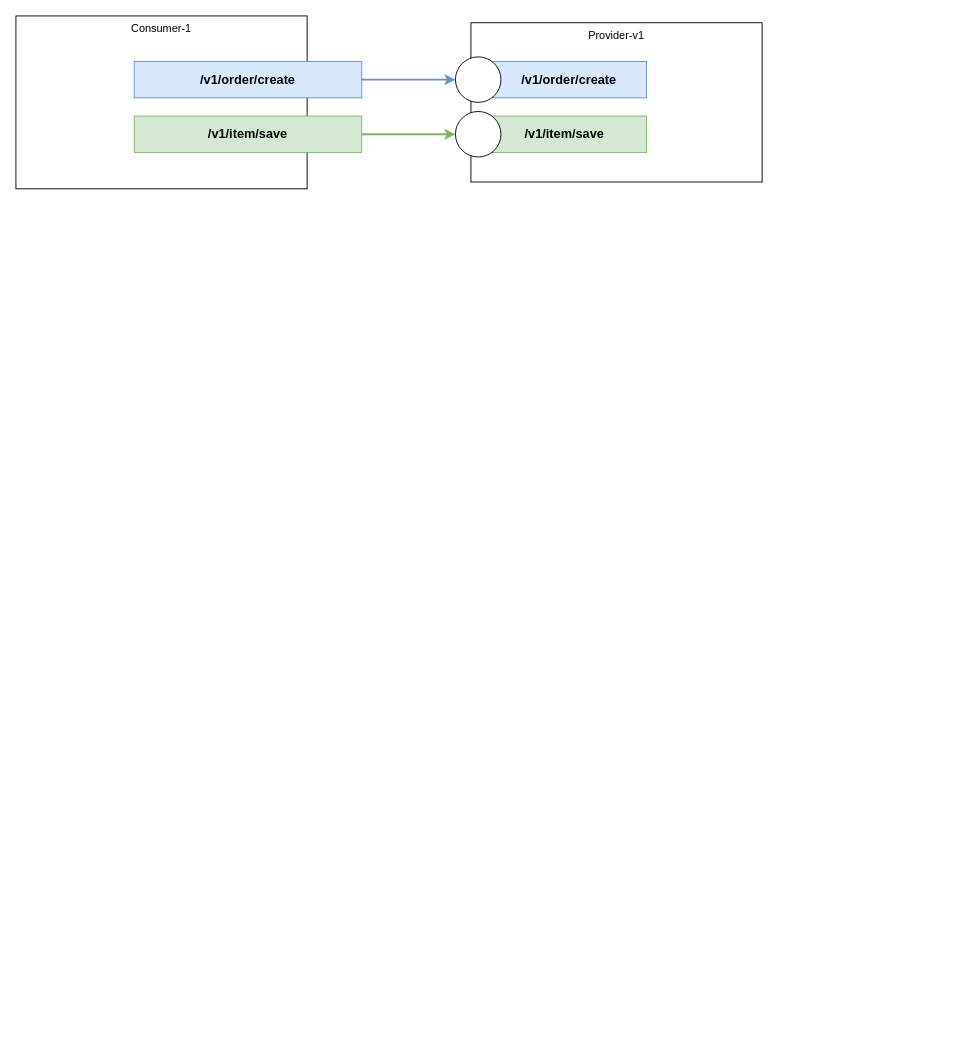
Above: RPC 多版本管理实战样例.drawio in catface996/images (draw.io), before the change. Source tidied: cells renumbered, new cells numbered last; positions are measured from the earlier drawing's top-left corner, leaving out a move shared by most shapes. Both pictures are drawn from the tidied source at 91%, with x=0, y=0 at pixel (15, 15).
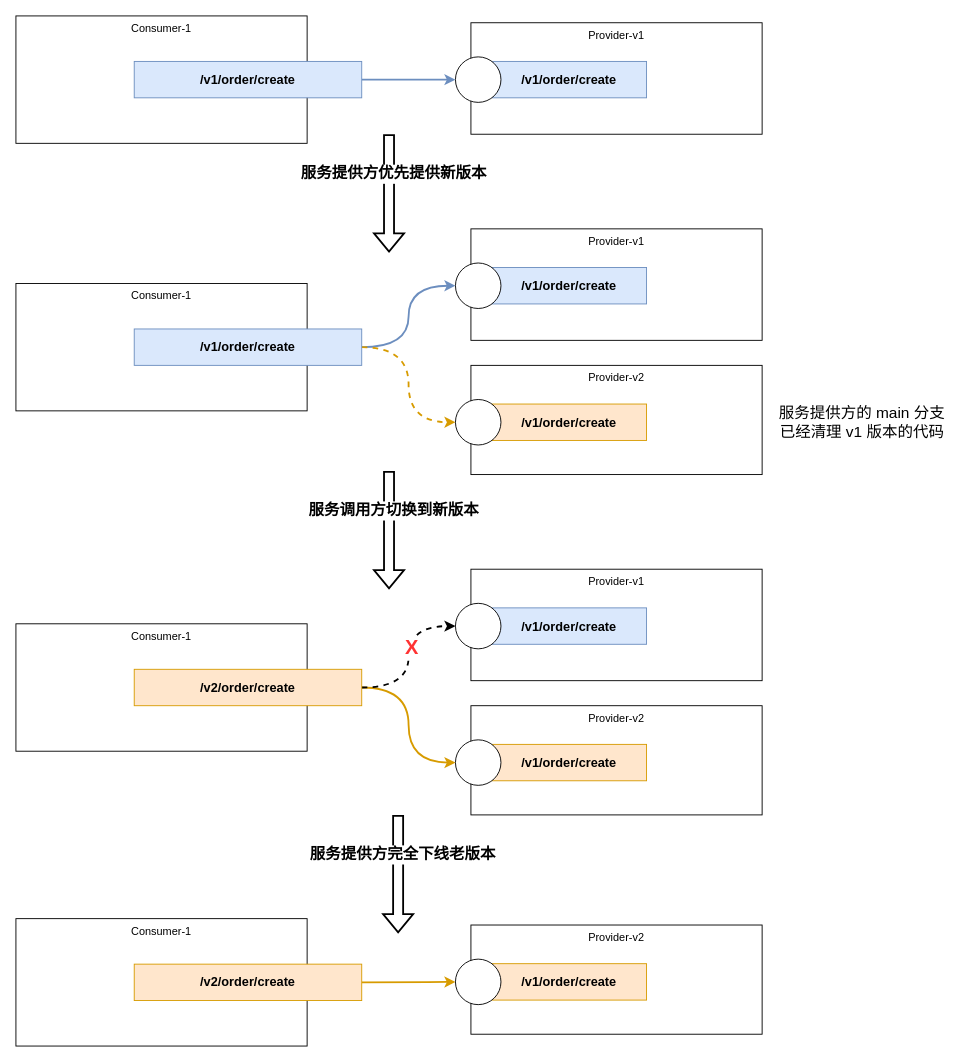
After the change.

Commit message (it also covers changes not shown here):
更新RPC 多版本管理实战样例.drawio

What changed in the source:
```diff
@@
     <mxCell id="2" value="Consumer-1" style="rounded=0;whiteSpace=wrap;html=1;verticalAlign=top;" parent="1" vertex="1">
-      <mxGeometry width="320" height="190" as="geometry" />
+      <mxGeometry width="320" height="140" as="geometry" />
     </mxCell>
@@
-    <mxCell id="5" style="edgeStyle=orthogonalEdgeStyle;curved=1;rounded=0;jettySize=auto;html=1;entryX=0;entryY=0.5;entryDx=0;entryDy=0;fontSize=14;fillColor=#d5e8d4;strokeColor=#82b366;strokeWidth=2;" parent="1" edge="1" source="6" target="11">
-      <mxGeometry relative="1" as="geometry" />
-    </mxCell>
-    <mxCell id="6" value="/v1/item/save" style="rounded=0;whiteSpace=wrap;html=1;fillColor=#d5e8d4;strokeColor=#82b366;fontStyle=1;fontSize=14;" parent="1" vertex="1">
-      <mxGeometry x="130" y="110" width="250" height="40" as="geometry" />
-    </mxCell>
     <mxCell id="7" value="Provider-v1" style="rounded=0;whiteSpace=wrap;html=1;verticalAlign=top;" parent="1" vertex="1">
-      <mxGeometry x="500" y="7.5" width="320" height="175" as="geometry" />
+      <mxGeometry x="500" y="7.5" width="320" height="122.5" as="geometry" />
     </mxCell>
@@
-    <mxCell id="9" value="/v1/item/save" style="rounded=0;whiteSpace=wrap;html=1;fillColor=#d5e8d4;strokeColor=#82b366;fontStyle=1;fontSize=14;" parent="1" vertex="1">
-      <mxGeometry x="513" y="110" width="180" height="40" as="geometry" />
-    </mxCell>
@@
-    <mxCell id="11" style="ellipse;whiteSpace=wrap;html=1;" parent="1" vertex="1">
-      <mxGeometry x="483" y="105" width="50" height="50" as="geometry" />
-    </mxCell>
+    <mxCell id="12" value="Consumer-1" style="rounded=0;whiteSpace=wrap;html=1;verticalAlign=top;" parent="1" vertex="1">
+      <mxGeometry y="294" width="320" height="140" as="geometry" />
+    </mxCell>
+    <mxCell id="13" style="edgeStyle=orthogonalEdgeStyle;rounded=0;jettySize=auto;html=1;entryX=0;entryY=0.5;entryDx=0;entryDy=0;curved=1;strokeWidth=2;fillColor=#dae8fc;strokeColor=#6c8ebf;" parent="1" edge="1" source="15" target="21">
+      <mxGeometry relative="1" as="geometry" />
+    </mxCell>
+    <mxCell id="14" style="edgeStyle=orthogonalEdgeStyle;curved=1;rounded=0;jettySize=auto;html=1;entryX=0;entryY=0.5;entryDx=0;entryDy=0;dashed=1;fontSize=22;fontColor=#FF3333;strokeWidth=2;fillColor=#ffe6cc;strokeColor=#d79b00;" parent="1" edge="1" source="15" target="18">
+      <mxGeometry relative="1" as="geometry" />
+    </mxCell>
+    <mxCell id="15" value="/v1/order/create" style="rounded=0;whiteSpace=wrap;html=1;fillColor=#dae8fc;strokeColor=#6c8ebf;fontStyle=1;fontSize=14;" parent="1" vertex="1">
+      <mxGeometry x="130" y="344" width="250" height="40" as="geometry" />
+    </mxCell>
+    <mxCell id="16" value="Provider-v2" style="rounded=0;whiteSpace=wrap;html=1;verticalAlign=top;" parent="1" vertex="1">
+      <mxGeometry x="500" y="384" width="320" height="120" as="geometry" />
+    </mxCell>
+    <mxCell id="17" value="/v1/order/create" style="rounded=0;whiteSpace=wrap;html=1;fillColor=#ffe6cc;strokeColor=#d79b00;fontStyle=1;fontSize=14;" parent="1" vertex="1">
+      <mxGeometry x="523" y="426.5" width="170" height="40" as="geometry" />
+    </mxCell>
+    <mxCell id="18" style="ellipse;whiteSpace=wrap;html=1;" parent="1" vertex="1">
+      <mxGeometry x="483" y="421.5" width="50" height="50" as="geometry" />
+    </mxCell>
+    <mxCell id="19" value="Provider-v1" style="rounded=0;whiteSpace=wrap;html=1;verticalAlign=top;" parent="1" vertex="1">
+      <mxGeometry x="500" y="234" width="320" height="122.5" as="geometry" />
+    </mxCell>
+    <mxCell id="20" value="/v1/order/create" style="rounded=0;whiteSpace=wrap;html=1;fillColor=#dae8fc;strokeColor=#6c8ebf;fontStyle=1;fontSize=14;" parent="1" vertex="1">
+      <mxGeometry x="523" y="276.5" width="170" height="40" as="geometry" />
+    </mxCell>
+    <mxCell id="21" style="ellipse;whiteSpace=wrap;html=1;" parent="1" vertex="1">
+      <mxGeometry x="483" y="271.5" width="50" height="50" as="geometry" />
+    </mxCell>
+    <mxCell id="22" value="Consumer-1" style="rounded=0;whiteSpace=wrap;html=1;verticalAlign=top;" parent="1" vertex="1">
+      <mxGeometry y="668" width="320" height="140" as="geometry" />
+    </mxCell>
+    <mxCell id="23" style="edgeStyle=orthogonalEdgeStyle;rounded=0;jettySize=auto;html=1;entryX=0;entryY=0.5;entryDx=0;entryDy=0;curved=1;strokeWidth=2;fillColor=#ffe6cc;strokeColor=#d79b00;" parent="1" edge="1" source="26" target="29">
+      <mxGeometry relative="1" as="geometry" />
+    </mxCell>
+    <mxCell id="24" style="edgeStyle=orthogonalEdgeStyle;curved=1;rounded=0;jettySize=auto;html=1;entryX=0;entryY=0.5;entryDx=0;entryDy=0;strokeWidth=2;dashed=1;" parent="1" edge="1" source="26" target="32">
+      <mxGeometry relative="1" as="geometry" />
+    </mxCell>
+    <mxCell id="25" value="X" style="edgeLabel;html=1;align=center;verticalAlign=middle;fontStyle=1;fontSize=22;fontColor=#FF3333;" parent="24" vertex="1">
+      <mxGeometry x="0.12" y="-2" relative="1" as="geometry">
+        <mxPoint x="1" as="offset" />
+      </mxGeometry>
+    </mxCell>
+    <mxCell id="26" value="/v2/order/create" style="rounded=0;whiteSpace=wrap;html=1;fillColor=#ffe6cc;strokeColor=#d79b00;fontStyle=1;fontSize=14;" parent="1" vertex="1">
+      <mxGeometry x="130" y="718" width="250" height="40" as="geometry" />
+    </mxCell>
+    <mxCell id="27" value="Provider-v2" style="rounded=0;whiteSpace=wrap;html=1;verticalAlign=top;" parent="1" vertex="1">
+      <mxGeometry x="500" y="758" width="320" height="120" as="geometry" />
+    </mxCell>
+    <mxCell id="28" value="/v1/order/create" style="rounded=0;whiteSpace=wrap;html=1;fillColor=#ffe6cc;strokeColor=#d79b00;fontStyle=1;fontSize=14;" parent="1" vertex="1">
+      <mxGeometry x="523" y="800.5" width="170" height="40" as="geometry" />
+    </mxCell>
+    <mxCell id="29" style="ellipse;whiteSpace=wrap;html=1;" parent="1" vertex="1">
+      <mxGeometry x="483" y="795.5" width="50" height="50" as="geometry" />
+    </mxCell>
+    <mxCell id="30" value="Provider-v1" style="rounded=0;whiteSpace=wrap;html=1;verticalAlign=top;" parent="1" vertex="1">
+      <mxGeometry x="500" y="608" width="320" height="122.5" as="geometry" />
+    </mxCell>
+    <mxCell id="31" value="/v1/order/create" style="rounded=0;whiteSpace=wrap;html=1;fillColor=#dae8fc;strokeColor=#6c8ebf;fontStyle=1;fontSize=14;" parent="1" vertex="1">
+      <mxGeometry x="523" y="650.5" width="170" height="40" as="geometry" />
+    </mxCell>
+    <mxCell id="32" style="ellipse;whiteSpace=wrap;html=1;" parent="1" vertex="1">
+      <mxGeometry x="483" y="645.5" width="50" height="50" as="geometry" />
+    </mxCell>
+    <mxCell id="33" value="Consumer-1" style="rounded=0;whiteSpace=wrap;html=1;verticalAlign=top;" parent="1" vertex="1">
+      <mxGeometry y="992" width="320" height="140" as="geometry" />
+    </mxCell>
+    <mxCell id="34" style="edgeStyle=orthogonalEdgeStyle;rounded=0;jettySize=auto;html=1;entryX=0;entryY=0.5;entryDx=0;entryDy=0;curved=1;strokeWidth=2;fillColor=#ffe6cc;strokeColor=#d79b00;" parent="1" edge="1" source="35" target="38">
+      <mxGeometry relative="1" as="geometry" />
+    </mxCell>
+    <mxCell id="35" value="/v2/order/create" style="rounded=0;whiteSpace=wrap;html=1;fillColor=#ffe6cc;strokeColor=#d79b00;fontStyle=1;fontSize=14;" parent="1" vertex="1">
+      <mxGeometry x="130" y="1042" width="250" height="40" as="geometry" />
+    </mxCell>
+    <mxCell id="36" value="Provider-v2" style="rounded=0;whiteSpace=wrap;html=1;verticalAlign=top;" parent="1" vertex="1">
+      <mxGeometry x="500" y="999" width="320" height="120" as="geometry" />
+    </mxCell>
+    <mxCell id="37" value="/v1/order/create" style="rounded=0;whiteSpace=wrap;html=1;fillColor=#ffe6cc;strokeColor=#d79b00;fontStyle=1;fontSize=14;" parent="1" vertex="1">
+      <mxGeometry x="523" y="1041.5" width="170" height="40" as="geometry" />
+    </mxCell>
+    <mxCell id="38" style="ellipse;whiteSpace=wrap;html=1;" parent="1" vertex="1">
+      <mxGeometry x="483" y="1036.5" width="50" height="50" as="geometry" />
+    </mxCell>
+    <mxCell id="39" style="shape=flexArrow;endArrow=classic;html=1;rounded=0;fontSize=22;fontColor=#FF3333;strokeWidth=2;curved=1;" parent="1" edge="1">
+      <mxGeometry relative="1" as="geometry">
+        <mxPoint x="410" y="130" as="sourcePoint" />
+        <mxPoint x="410" y="260" as="targetPoint" />
+      </mxGeometry>
+    </mxCell>
+    <mxCell id="40" value="服务提供方优先提供新版本" style="edgeLabel;html=1;align=center;verticalAlign=middle;fontSize=17;fontColor=#000000;fontStyle=1;" parent="39" vertex="1">
+      <mxGeometry x="-0.34" y="4" relative="1" as="geometry" />
+    </mxCell>
+    <mxCell id="41" style="shape=flexArrow;endArrow=classic;html=1;rounded=0;fontSize=22;fontColor=#FF3333;strokeWidth=2;curved=1;" parent="1" edge="1">
+      <mxGeometry relative="1" as="geometry">
+        <mxPoint x="410" y="500" as="sourcePoint" />
+        <mxPoint x="410" y="630" as="targetPoint" />
+      </mxGeometry>
+    </mxCell>
+    <mxCell id="42" value="服务调用方切换到新版本" style="edgeLabel;html=1;align=center;verticalAlign=middle;fontSize=17;fontColor=#000000;fontStyle=1;" parent="41" vertex="1">
+      <mxGeometry x="-0.34" y="4" relative="1" as="geometry" />
+    </mxCell>
+    <mxCell id="43" style="shape=flexArrow;endArrow=classic;html=1;rounded=0;fontSize=22;fontColor=#FF3333;strokeWidth=2;curved=1;" parent="1" edge="1">
+      <mxGeometry relative="1" as="geometry">
+        <mxPoint x="420" y="878" as="sourcePoint" />
+        <mxPoint x="420" y="1008" as="targetPoint" />
+      </mxGeometry>
+    </mxCell>
+    <mxCell id="44" value="服务提供方完全下线老版本" style="edgeLabel;html=1;align=center;verticalAlign=middle;fontSize=17;fontColor=#000000;fontStyle=1;" parent="43" vertex="1">
+      <mxGeometry x="-0.34" y="4" relative="1" as="geometry" />
+    </mxCell>
+    <mxCell id="45" value="服务提供方的 main 分支已经清理 v1 版本的代码" style="text;html=1;strokeColor=none;fillColor=none;align=center;verticalAlign=middle;whiteSpace=wrap;rounded=0;dashed=1;fontSize=17;fontColor=#000000;" parent="1" vertex="1">
+      <mxGeometry x="830" y="431.5" width="200" height="30" as="geometry" />
+    </mxCell>
```
